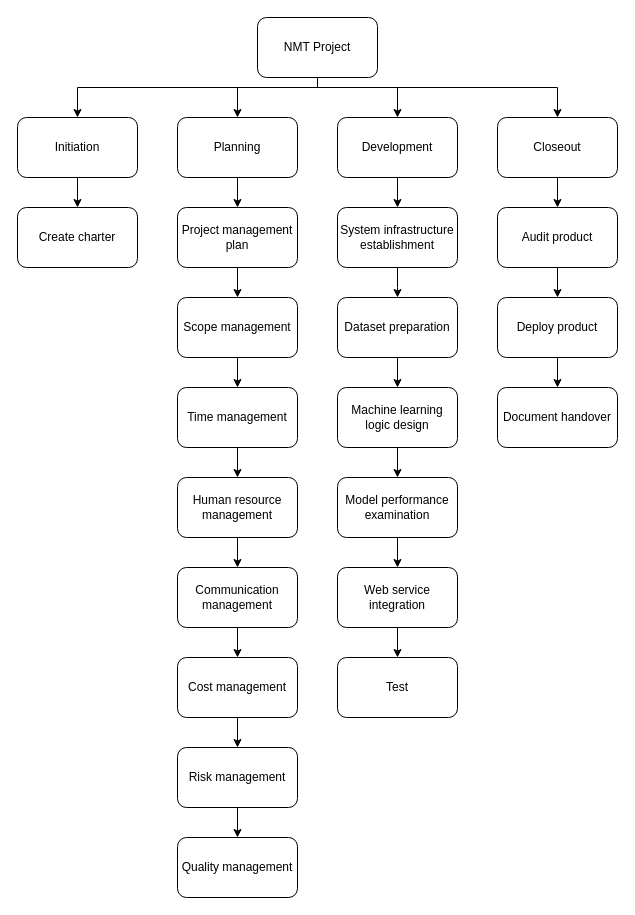
Before: wbs.drawio in iirtrtrt/data, a draw.io diagram. Source tidied: cells renumbered, new cells numbered last; positions are measured from the earlier drawing's top-left corner, leaving out a move shared by most shapes. Both pictures are drawn from the tidied source at 100%, with x=0, y=0 at pixel (17, 17).
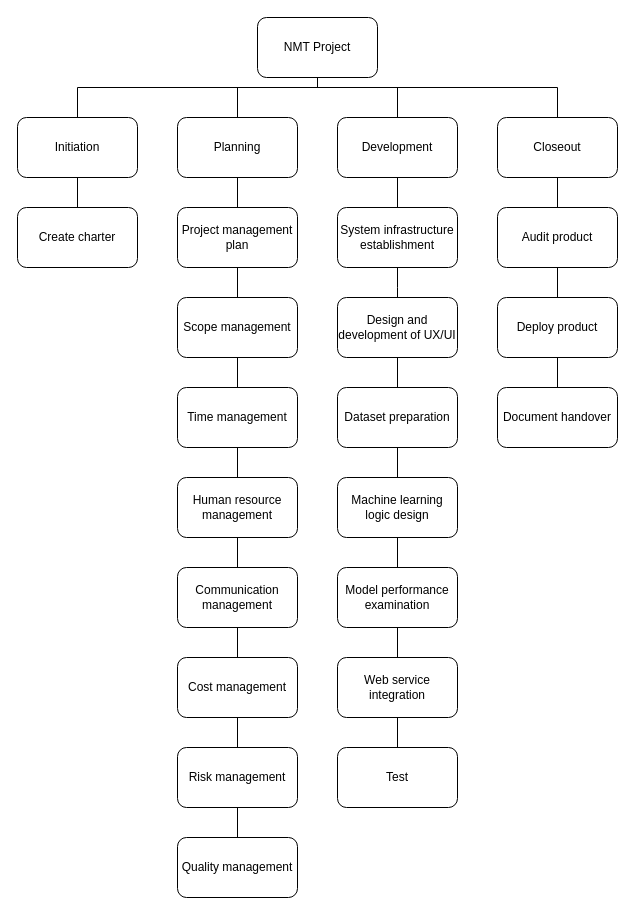
The same page after the edit.

The change refers to these unchanged cells:
```xml
<mxCell id="6" value="NMT Project" style="rounded=1;whiteSpace=wrap;html=1;" parent="1" vertex="1">
  <mxGeometry x="240" width="120" height="60" as="geometry" />
</mxCell>
<mxCell id="8" value="Initiation" style="rounded=1;whiteSpace=wrap;html=1;" parent="1" vertex="1">
  <mxGeometry y="100" width="120" height="60" as="geometry" />
</mxCell>
<mxCell id="10" value="Planning" style="rounded=1;whiteSpace=wrap;html=1;" parent="1" vertex="1">
  <mxGeometry x="160" y="100" width="120" height="60" as="geometry" />
</mxCell>
<mxCell id="12" value="Development" style="rounded=1;whiteSpace=wrap;html=1;" parent="1" vertex="1">
  <mxGeometry x="320" y="100" width="120" height="60" as="geometry" />
</mxCell>
<mxCell id="14" value="Closeout" style="rounded=1;whiteSpace=wrap;html=1;" parent="1" vertex="1">
  <mxGeometry x="480" y="100" width="120" height="60" as="geometry" />
</mxCell>
<mxCell id="15" value="Create charter" style="rounded=1;whiteSpace=wrap;html=1;" parent="1" vertex="1">
  <mxGeometry y="190" width="120" height="60" as="geometry" />
</mxCell>
<mxCell id="17" value="Project management plan" style="rounded=1;whiteSpace=wrap;html=1;" parent="1" vertex="1">
  <mxGeometry x="160" y="190" width="120" height="60" as="geometry" />
</mxCell>
<mxCell id="18" value="Scope management" style="rounded=1;whiteSpace=wrap;html=1;" parent="1" vertex="1">
  <mxGeometry x="160" y="280" width="120" height="60" as="geometry" />
</mxCell>
<mxCell id="20" value="System infrastructure establishment" style="rounded=1;whiteSpace=wrap;html=1;" parent="1" vertex="1">
  <mxGeometry x="320" y="190" width="120" height="60" as="geometry" />
</mxCell>
<mxCell id="23" value="Audit product" style="rounded=1;whiteSpace=wrap;html=1;" parent="1" vertex="1">
  <mxGeometry x="480" y="190" width="120" height="60" as="geometry" />
</mxCell>
<mxCell id="24" value="Deploy product" style="rounded=1;whiteSpace=wrap;html=1;" parent="1" vertex="1">
  <mxGeometry x="480" y="280" width="120" height="60" as="geometry" />
</mxCell>
<mxCell id="27" value="Time management" style="rounded=1;whiteSpace=wrap;html=1;" parent="1" vertex="1">
  <mxGeometry x="160" y="370" width="120" height="60" as="geometry" />
</mxCell>
<mxCell id="28" value="Human resource management" style="rounded=1;whiteSpace=wrap;html=1;" parent="1" vertex="1">
  <mxGeometry x="160" y="460" width="120" height="60" as="geometry" />
</mxCell>
<mxCell id="31" value="Communication management" style="rounded=1;whiteSpace=wrap;html=1;" parent="1" vertex="1">
  <mxGeometry x="160" y="550" width="120" height="60" as="geometry" />
</mxCell>
<mxCell id="32" value="Cost management" style="rounded=1;whiteSpace=wrap;html=1;" parent="1" vertex="1">
  <mxGeometry x="160" y="640" width="120" height="60" as="geometry" />
</mxCell>
<mxCell id="35" value="Risk management" style="rounded=1;whiteSpace=wrap;html=1;" parent="1" vertex="1">
  <mxGeometry x="160" y="730" width="120" height="60" as="geometry" />
</mxCell>
<mxCell id="36" value="Quality management" style="rounded=1;whiteSpace=wrap;html=1;" parent="1" vertex="1">
  <mxGeometry x="160" y="820" width="120" height="60" as="geometry" />
</mxCell>
<mxCell id="46" value="Document handover" style="rounded=1;whiteSpace=wrap;html=1;" parent="1" vertex="1">
  <mxGeometry x="480" y="370" width="120" height="60" as="geometry" />
</mxCell>
```

Diff of the diagram source:
```diff
@@
-    <mxCell id="2" style="edgeStyle=orthogonalEdgeStyle;rounded=0;jettySize=auto;html=1;exitX=0.5;exitY=1;exitDx=0;exitDy=0;entryX=0.5;entryY=0;entryDx=0;entryDy=0;" parent="1" edge="1" source="6" target="12">
+    <mxCell id="2" style="edgeStyle=orthogonalEdgeStyle;rounded=0;jettySize=auto;html=1;exitX=0.5;exitY=1;exitDx=0;exitDy=0;entryX=0.5;entryY=0;entryDx=0;entryDy=0;endArrow=none;endFill=0;" parent="1" edge="1" source="6" target="12">
       <mxGeometry relative="1" as="geometry">
         <Array as="points">
           <mxPoint x="300" y="70" />
           <mxPoint x="380" y="70" />
         </Array>
       </mxGeometry>
     </mxCell>
-    <mxCell id="3" style="edgeStyle=orthogonalEdgeStyle;rounded=0;jettySize=auto;html=1;entryX=0.5;entryY=0;entryDx=0;entryDy=0;" parent="1" edge="1" source="6" target="10">
+    <mxCell id="3" style="edgeStyle=orthogonalEdgeStyle;rounded=0;jettySize=auto;html=1;entryX=0.5;entryY=0;entryDx=0;entryDy=0;endArrow=none;endFill=0;" parent="1" edge="1" source="6" target="10">
       <mxGeometry relative="1" as="geometry">
         <Array as="points">
           <mxPoint x="300" y="70" />
           <mxPoint x="220" y="70" />
         </Array>
       </mxGeometry>
     </mxCell>
-    <mxCell id="4" style="edgeStyle=orthogonalEdgeStyle;rounded=0;jettySize=auto;html=1;entryX=0.5;entryY=0;entryDx=0;entryDy=0;" parent="1" edge="1" source="6" target="8">
+    <mxCell id="4" style="edgeStyle=orthogonalEdgeStyle;rounded=0;jettySize=auto;html=1;entryX=0.5;entryY=0;entryDx=0;entryDy=0;endArrow=none;endFill=0;" parent="1" edge="1" source="6" target="8">
       <mxGeometry relative="1" as="geometry">
         <Array as="points">
           <mxPoint x="300" y="70" />
           <mxPoint x="60" y="70" />
         </Array>
       </mxGeometry>
     </mxCell>
-    <mxCell id="5" style="edgeStyle=orthogonalEdgeStyle;rounded=0;jettySize=auto;html=1;entryX=0.5;entryY=0;entryDx=0;entryDy=0;" parent="1" edge="1" source="6" target="14">
+    <mxCell id="5" style="edgeStyle=orthogonalEdgeStyle;rounded=0;jettySize=auto;html=1;entryX=0.5;entryY=0;entryDx=0;entryDy=0;endArrow=none;endFill=0;" parent="1" edge="1" source="6" target="14">
       <mxGeometry relative="1" as="geometry">
         <Array as="points">
           <mxPoint x="300" y="70" />
           <mxPoint x="540" y="70" />
         </Array>
       </mxGeometry>
     </mxCell>
@@
-    <mxCell id="7" style="edgeStyle=orthogonalEdgeStyle;rounded=0;jettySize=auto;html=1;entryX=0.5;entryY=0;entryDx=0;entryDy=0;" parent="1" edge="1" source="8" target="15">
+    <mxCell id="7" style="edgeStyle=orthogonalEdgeStyle;rounded=0;jettySize=auto;html=1;entryX=0.5;entryY=0;entryDx=0;entryDy=0;endArrow=none;endFill=0;" parent="1" edge="1" source="8" target="15">
       <mxGeometry relative="1" as="geometry" />
     </mxCell>
@@
-    <mxCell id="9" style="edgeStyle=orthogonalEdgeStyle;rounded=0;jettySize=auto;html=1;entryX=0.5;entryY=0;entryDx=0;entryDy=0;" parent="1" edge="1" source="10" target="17">
+    <mxCell id="9" style="edgeStyle=orthogonalEdgeStyle;rounded=0;jettySize=auto;html=1;entryX=0.5;entryY=0;entryDx=0;entryDy=0;endArrow=none;endFill=0;" parent="1" edge="1" source="10" target="17">
       <mxGeometry relative="1" as="geometry" />
     </mxCell>
@@
-    <mxCell id="11" style="edgeStyle=orthogonalEdgeStyle;rounded=0;jettySize=auto;html=1;entryX=0.5;entryY=0;entryDx=0;entryDy=0;" parent="1" edge="1" source="12" target="20">
+    <mxCell id="11" style="edgeStyle=orthogonalEdgeStyle;rounded=0;jettySize=auto;html=1;entryX=0.5;entryY=0;entryDx=0;entryDy=0;endArrow=none;endFill=0;" parent="1" edge="1" source="12" target="20">
       <mxGeometry relative="1" as="geometry" />
     </mxCell>
@@
-    <mxCell id="13" style="edgeStyle=orthogonalEdgeStyle;rounded=0;jettySize=auto;html=1;entryX=0.5;entryY=0;entryDx=0;entryDy=0;" parent="1" edge="1" source="14" target="23">
+    <mxCell id="13" style="edgeStyle=orthogonalEdgeStyle;rounded=0;jettySize=auto;html=1;entryX=0.5;entryY=0;entryDx=0;entryDy=0;endArrow=none;endFill=0;" parent="1" edge="1" source="14" target="23">
       <mxGeometry relative="1" as="geometry" />
     </mxCell>
@@
-    <mxCell id="16" style="edgeStyle=orthogonalEdgeStyle;rounded=0;jettySize=auto;html=1;entryX=0.5;entryY=0;entryDx=0;entryDy=0;" parent="1" edge="1" source="17" target="18">
+    <mxCell id="16" style="edgeStyle=orthogonalEdgeStyle;rounded=0;jettySize=auto;html=1;entryX=0.5;entryY=0;entryDx=0;entryDy=0;endArrow=none;endFill=0;" parent="1" edge="1" source="17" target="18">
       <mxGeometry relative="1" as="geometry" />
     </mxCell>
@@
-    <mxCell id="19" style="edgeStyle=orthogonalEdgeStyle;rounded=0;jettySize=auto;html=1;entryX=0.5;entryY=0;entryDx=0;entryDy=0;" parent="1" edge="1" source="20">
+    <mxCell id="19" style="edgeStyle=orthogonalEdgeStyle;rounded=0;jettySize=auto;html=1;entryX=0.5;entryY=0;entryDx=0;entryDy=0;endArrow=none;endFill=0;" parent="1" edge="1" source="20">
       <mxGeometry relative="1" as="geometry">
         <mxPoint x="380" y="280" as="targetPoint" />
       </mxGeometry>
     </mxCell>
@@
     <mxCell id="21" value="Dataset preparation" style="rounded=1;whiteSpace=wrap;html=1;" parent="1" vertex="1">
-      <mxGeometry x="320" y="280" width="120" height="60" as="geometry" />
+      <mxGeometry x="320" y="370" width="120" height="60" as="geometry" />
     </mxCell>
-    <mxCell id="22" style="edgeStyle=orthogonalEdgeStyle;rounded=0;jettySize=auto;html=1;entryX=0.5;entryY=0;entryDx=0;entryDy=0;" parent="1" edge="1" source="23" target="24">
+    <mxCell id="22" style="edgeStyle=orthogonalEdgeStyle;rounded=0;jettySize=auto;html=1;entryX=0.5;entryY=0;entryDx=0;entryDy=0;endArrow=none;endFill=0;" parent="1" edge="1" source="23" target="24">
       <mxGeometry relative="1" as="geometry" />
     </mxCell>
@@
-    <mxCell id="25" style="edgeStyle=orthogonalEdgeStyle;rounded=0;jettySize=auto;html=1;entryX=0.5;entryY=0;entryDx=0;entryDy=0;" parent="1" edge="1" target="27">
+    <mxCell id="25" style="edgeStyle=orthogonalEdgeStyle;rounded=0;jettySize=auto;html=1;entryX=0.5;entryY=0;entryDx=0;entryDy=0;endArrow=none;endFill=0;" parent="1" edge="1" target="27">
       <mxGeometry relative="1" as="geometry">
         <mxPoint x="220" y="340" as="sourcePoint" />
       </mxGeometry>
     </mxCell>
-    <mxCell id="26" style="edgeStyle=orthogonalEdgeStyle;rounded=0;jettySize=auto;html=1;entryX=0.5;entryY=0;entryDx=0;entryDy=0;" parent="1" edge="1" source="27" target="28">
+    <mxCell id="26" style="edgeStyle=orthogonalEdgeStyle;rounded=0;jettySize=auto;html=1;entryX=0.5;entryY=0;entryDx=0;entryDy=0;endArrow=none;endFill=0;" parent="1" edge="1" source="27" target="28">
       <mxGeometry relative="1" as="geometry" />
     </mxCell>
@@
-    <mxCell id="29" style="edgeStyle=orthogonalEdgeStyle;rounded=0;jettySize=auto;html=1;entryX=0.5;entryY=0;entryDx=0;entryDy=0;" parent="1" edge="1" target="31">
+    <mxCell id="29" style="edgeStyle=orthogonalEdgeStyle;rounded=0;jettySize=auto;html=1;entryX=0.5;entryY=0;entryDx=0;entryDy=0;endArrow=none;endFill=0;" parent="1" edge="1" target="31">
       <mxGeometry relative="1" as="geometry">
         <mxPoint x="220" y="520" as="sourcePoint" />
       </mxGeometry>
     </mxCell>
-    <mxCell id="30" style="edgeStyle=orthogonalEdgeStyle;rounded=0;jettySize=auto;html=1;entryX=0.5;entryY=0;entryDx=0;entryDy=0;" parent="1" edge="1" source="31" target="32">
+    <mxCell id="30" style="edgeStyle=orthogonalEdgeStyle;rounded=0;jettySize=auto;html=1;entryX=0.5;entryY=0;entryDx=0;entryDy=0;endArrow=none;endFill=0;" parent="1" edge="1" source="31" target="32">
       <mxGeometry relative="1" as="geometry" />
     </mxCell>
@@
-    <mxCell id="33" style="edgeStyle=orthogonalEdgeStyle;rounded=0;jettySize=auto;html=1;entryX=0.5;entryY=0;entryDx=0;entryDy=0;" parent="1" edge="1" target="35">
+    <mxCell id="33" style="edgeStyle=orthogonalEdgeStyle;rounded=0;jettySize=auto;html=1;entryX=0.5;entryY=0;entryDx=0;entryDy=0;endArrow=none;endFill=0;" parent="1" edge="1" target="35">
       <mxGeometry relative="1" as="geometry">
         <mxPoint x="220" y="700" as="sourcePoint" />
       </mxGeometry>
     </mxCell>
-    <mxCell id="34" style="edgeStyle=orthogonalEdgeStyle;rounded=0;jettySize=auto;html=1;entryX=0.5;entryY=0;entryDx=0;entryDy=0;" parent="1" edge="1" source="35" target="36">
+    <mxCell id="34" style="edgeStyle=orthogonalEdgeStyle;rounded=0;jettySize=auto;html=1;entryX=0.5;entryY=0;entryDx=0;entryDy=0;endArrow=none;endFill=0;" parent="1" edge="1" source="35" target="36">
       <mxGeometry relative="1" as="geometry" />
     </mxCell>
@@
-    <mxCell id="37" style="edgeStyle=orthogonalEdgeStyle;rounded=0;jettySize=auto;html=1;entryX=0.5;entryY=0;entryDx=0;entryDy=0;" parent="1" edge="1" target="39">
+    <mxCell id="37" style="edgeStyle=orthogonalEdgeStyle;rounded=0;jettySize=auto;html=1;entryX=0.5;entryY=0;entryDx=0;entryDy=0;endArrow=none;endFill=0;" parent="1" edge="1" target="39">
       <mxGeometry relative="1" as="geometry">
-        <mxPoint x="380" y="340" as="sourcePoint" />
+        <mxPoint x="380" y="430" as="sourcePoint" />
       </mxGeometry>
     </mxCell>
-    <mxCell id="38" style="edgeStyle=orthogonalEdgeStyle;rounded=0;jettySize=auto;html=1;entryX=0.5;entryY=0;entryDx=0;entryDy=0;" parent="1" edge="1" source="39" target="40">
+    <mxCell id="38" style="edgeStyle=orthogonalEdgeStyle;rounded=0;jettySize=auto;html=1;entryX=0.5;entryY=0;entryDx=0;entryDy=0;endArrow=none;endFill=0;" parent="1" edge="1" source="39" target="40">
       <mxGeometry relative="1" as="geometry" />
     </mxCell>
     <mxCell id="39" value="Machine learning logic design" style="rounded=1;whiteSpace=wrap;html=1;" parent="1" vertex="1">
-      <mxGeometry x="320" y="370" width="120" height="60" as="geometry" />
+      <mxGeometry x="320" y="460" width="120" height="60" as="geometry" />
     </mxCell>
     <mxCell id="40" value="Model performance examination" style="rounded=1;whiteSpace=wrap;html=1;" parent="1" vertex="1">
-      <mxGeometry x="320" y="460" width="120" height="60" as="geometry" />
+      <mxGeometry x="320" y="550" width="120" height="60" as="geometry" />
     </mxCell>
-    <mxCell id="41" style="edgeStyle=orthogonalEdgeStyle;rounded=0;jettySize=auto;html=1;entryX=0.5;entryY=0;entryDx=0;entryDy=0;" parent="1" edge="1" target="43">
+    <mxCell id="41" style="edgeStyle=orthogonalEdgeStyle;rounded=0;jettySize=auto;html=1;entryX=0.5;entryY=0;entryDx=0;entryDy=0;endArrow=none;endFill=0;" parent="1" edge="1" target="43">
       <mxGeometry relative="1" as="geometry">
-        <mxPoint x="380" y="520" as="sourcePoint" />
+        <mxPoint x="380" y="610" as="sourcePoint" />
       </mxGeometry>
     </mxCell>
-    <mxCell id="42" style="edgeStyle=orthogonalEdgeStyle;rounded=0;jettySize=auto;html=1;entryX=0.5;entryY=0;entryDx=0;entryDy=0;" parent="1" edge="1" source="43" target="44">
+    <mxCell id="42" style="edgeStyle=orthogonalEdgeStyle;rounded=0;jettySize=auto;html=1;entryX=0.5;entryY=0;entryDx=0;entryDy=0;endArrow=none;endFill=0;" parent="1" edge="1" source="43" target="44">
       <mxGeometry relative="1" as="geometry" />
     </mxCell>
     <mxCell id="43" value="Web service integration" style="rounded=1;whiteSpace=wrap;html=1;" parent="1" vertex="1">
-      <mxGeometry x="320" y="550" width="120" height="60" as="geometry" />
+      <mxGeometry x="320" y="640" width="120" height="60" as="geometry" />
     </mxCell>
     <mxCell id="44" value="Test" style="rounded=1;whiteSpace=wrap;html=1;" parent="1" vertex="1">
-      <mxGeometry x="320" y="640" width="120" height="60" as="geometry" />
+      <mxGeometry x="320" y="730" width="120" height="60" as="geometry" />
     </mxCell>
-    <mxCell id="45" style="edgeStyle=orthogonalEdgeStyle;rounded=0;jettySize=auto;html=1;entryX=0.5;entryY=0;entryDx=0;entryDy=0;" parent="1" edge="1" target="46">
+    <mxCell id="45" style="edgeStyle=orthogonalEdgeStyle;rounded=0;jettySize=auto;html=1;entryX=0.5;entryY=0;entryDx=0;entryDy=0;endArrow=none;endFill=0;" parent="1" edge="1" target="46">
       <mxGeometry relative="1" as="geometry">
         <mxPoint x="540" y="340" as="sourcePoint" />
       </mxGeometry>
     </mxCell>
@@
+    <mxCell id="47" value="Design and development of UX/UI" style="rounded=1;whiteSpace=wrap;html=1;" parent="1" vertex="1">
+      <mxGeometry x="320" y="280" width="120" height="60" as="geometry" />
+    </mxCell>
+    <mxCell id="48" style="edgeStyle=orthogonalEdgeStyle;rounded=0;orthogonalLoop=1;jettySize=auto;html=1;entryX=0.5;entryY=0;entryDx=0;entryDy=0;endArrow=none;endFill=0;" parent="1" edge="1">
+      <mxGeometry relative="1" as="geometry">
+        <mxPoint x="380" y="340" as="sourcePoint" />
+        <mxPoint x="380" y="370" as="targetPoint" />
+      </mxGeometry>
+    </mxCell>
```
